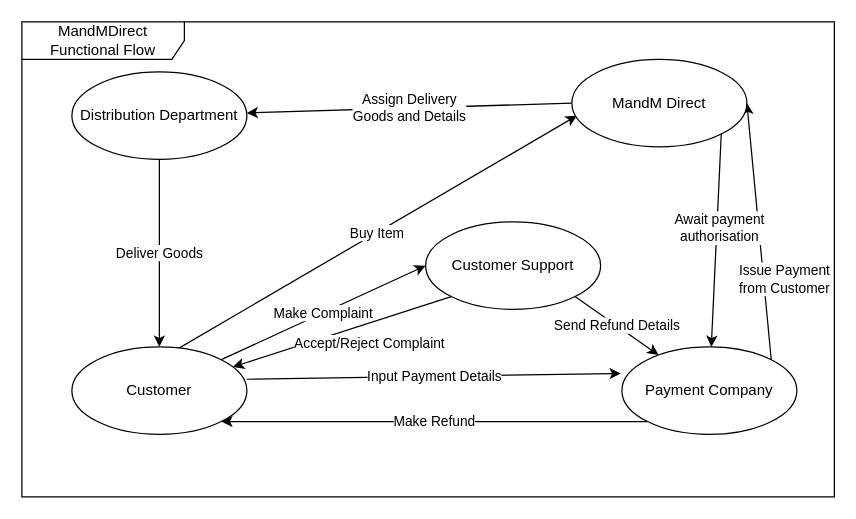
Before: week1/Functional Flow Diagram Shop.drawio in Darren-ODonnell/BusinessModellingDiagrams, a draw.io diagram. Source tidied: cells renumbered, new cells numbered last; positions are measured from the earlier drawing's top-left corner, leaving out a move shared by most shapes. Both pictures are drawn from the tidied source at 125%, with x=0, y=0 at pixel (21, 21).
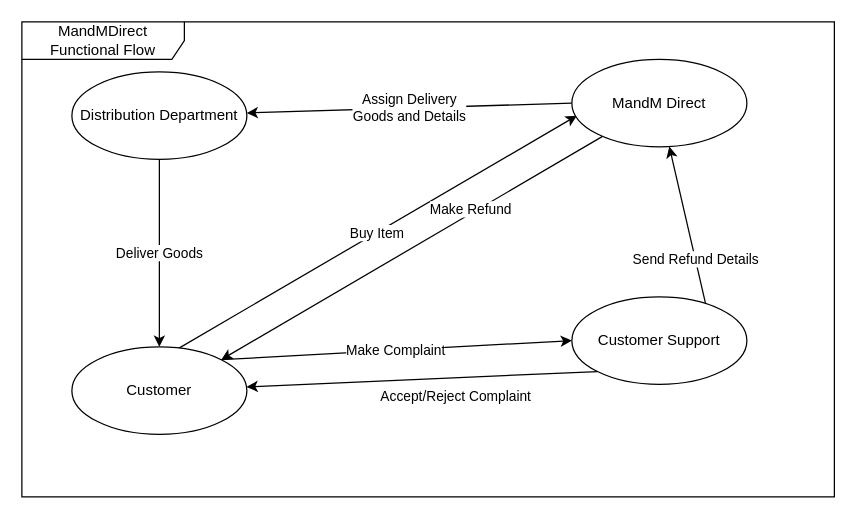
Above is the later version.

The edit, as a diff of the source:
```diff
@@
 <mxGraphModel>
   <root>
     <mxCell id="0" />
     <mxCell id="1" parent="0" />
     <mxCell id="2" value="MandMDirect Functional Flow" style="shape=umlFrame;whiteSpace=wrap;html=1;width=130;height=30;" parent="1" vertex="1">
       <mxGeometry width="650" height="380" as="geometry" />
     </mxCell>
     <mxCell id="3" value="Buy Item" style="edgeStyle=none;rounded=0;jettySize=auto;html=1;exitX=0.595;exitY=0.034;exitDx=0;exitDy=0;entryX=0.029;entryY=0.643;entryDx=0;entryDy=0;entryPerimeter=0;exitPerimeter=0;" parent="1" edge="1" source="5" target="14">
       <mxGeometry relative="1" as="geometry" />
     </mxCell>
     <mxCell id="4" value="Make Complaint" style="edgeStyle=none;rounded=0;jettySize=auto;html=1;exitX=1;exitY=0;exitDx=0;exitDy=0;entryX=0;entryY=0.5;entryDx=0;entryDy=0;" parent="1" edge="1" source="5" target="17">
       <mxGeometry relative="1" as="geometry" />
     </mxCell>
     <mxCell id="5" value="Customer" style="ellipse;whiteSpace=wrap;html=1;" parent="1" vertex="1">
       <mxGeometry x="40" y="260" width="140" height="70" as="geometry" />
     </mxCell>
-    <mxCell id="6" value="Input Payment Details" style="edgeStyle=none;rounded=0;jettySize=auto;html=1;exitX=0.999;exitY=0.37;exitDx=0;exitDy=0;entryX=-0.006;entryY=0.303;entryDx=0;entryDy=0;entryPerimeter=0;exitPerimeter=0;" parent="1" edge="1" source="5" target="9">
-      <mxGeometry relative="1" as="geometry" />
-    </mxCell>
-    <mxCell id="7" value="Issue Payment &lt;br&gt;from Customer" style="edgeStyle=none;rounded=0;jettySize=auto;html=1;exitX=1;exitY=0;exitDx=0;exitDy=0;entryX=1;entryY=0.5;entryDx=0;entryDy=0;" parent="1" edge="1" source="9" target="14">
-      <mxGeometry x="-0.39" y="-17" relative="1" as="geometry" />
-    </mxCell>
-    <mxCell id="8" value="Make Refund" style="edgeStyle=none;rounded=0;jettySize=auto;html=1;exitX=0;exitY=1;exitDx=0;exitDy=0;entryX=1;entryY=1;entryDx=0;entryDy=0;" parent="1" edge="1" source="9" target="5">
-      <mxGeometry relative="1" as="geometry" />
+    <mxCell id="8" value="Make Refund" style="edgeStyle=none;rounded=0;jettySize=auto;html=1;entryX=1;entryY=0;entryDx=0;entryDy=0;" parent="1" edge="1" source="14" target="5">
+      <mxGeometry x="-0.32" y="-3" relative="1" as="geometry" />
     </mxCell>
-    <mxCell id="9" value="Payment Company" style="ellipse;whiteSpace=wrap;html=1;" parent="1" vertex="1">
-      <mxGeometry x="480" y="260" width="140" height="70" as="geometry" />
-    </mxCell>
     <mxCell id="10" value="Deliver Goods" style="edgeStyle=none;rounded=0;jettySize=auto;html=1;exitX=0.5;exitY=1;exitDx=0;exitDy=0;entryX=0.5;entryY=0;entryDx=0;entryDy=0;" parent="1" edge="1" source="11" target="5">
       <mxGeometry relative="1" as="geometry" />
     </mxCell>
     <mxCell id="11" value="Distribution Department" style="ellipse;whiteSpace=wrap;html=1;" parent="1" vertex="1">
       <mxGeometry x="40" y="40" width="140" height="70" as="geometry" />
     </mxCell>
-    <mxCell id="12" value="Await payment &lt;br&gt;authorisation" style="edgeStyle=none;rounded=0;jettySize=auto;html=1;exitX=1;exitY=1;exitDx=0;exitDy=0;" parent="1" edge="1" source="14" target="9">
-      <mxGeometry x="-0.12" y="2" relative="1" as="geometry" />
-    </mxCell>
     <mxCell id="13" value="Assign Delivery &lt;br&gt;Goods and Details" style="edgeStyle=none;rounded=0;jettySize=auto;html=1;exitX=0;exitY=0.5;exitDx=0;exitDy=0;" parent="1" edge="1" source="14" target="11">
       <mxGeometry relative="1" as="geometry" />
     </mxCell>
     <mxCell id="14" value="MandM Direct" style="ellipse;whiteSpace=wrap;html=1;" parent="1" vertex="1">
       <mxGeometry x="440" y="30" width="140" height="70" as="geometry" />
     </mxCell>
     <mxCell id="15" value="Accept/Reject Complaint" style="edgeStyle=none;rounded=0;jettySize=auto;html=1;exitX=0;exitY=1;exitDx=0;exitDy=0;" parent="1" edge="1" source="17" target="5">
       <mxGeometry x="-0.19" y="15" relative="1" as="geometry" />
     </mxCell>
-    <mxCell id="16" value="Send Refund Details" style="edgeStyle=none;rounded=0;jettySize=auto;html=1;exitX=1;exitY=1;exitDx=0;exitDy=0;" parent="1" edge="1" source="17" target="9">
+    <mxCell id="16" value="Send Refund Details" style="edgeStyle=none;rounded=0;jettySize=auto;html=1;exitX=1;exitY=1;exitDx=0;exitDy=0;" parent="1" edge="1" source="17" target="14">
       <mxGeometry relative="1" as="geometry" />
     </mxCell>
     <mxCell id="17" value="Customer Support" style="ellipse;whiteSpace=wrap;html=1;" parent="1" vertex="1">
-      <mxGeometry x="323" y="160" width="140" height="70" as="geometry" />
+      <mxGeometry x="440" y="220" width="140" height="70" as="geometry" />
     </mxCell>
   </root>
 </mxGraphModel>
```
